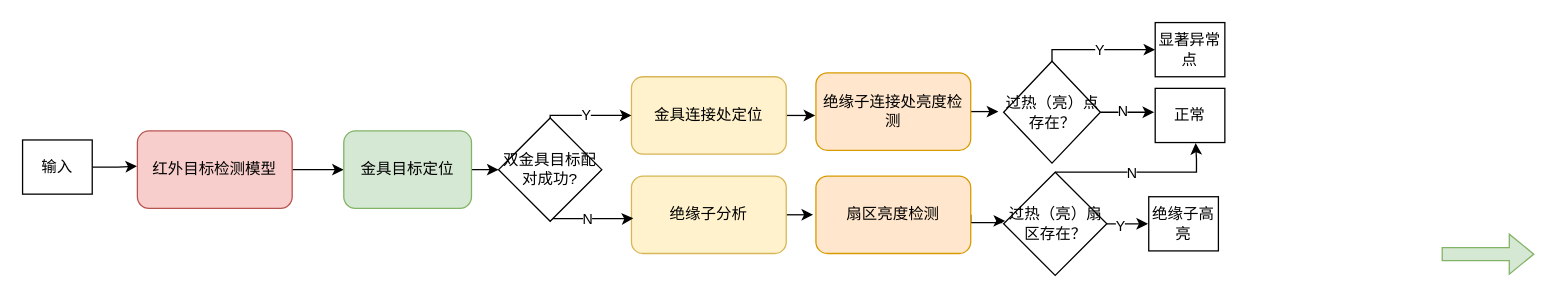
Above: 金具识别方案.drawio in paleblackless/diagrams (draw.io), before the change. Source tidied: cells renumbered, new cells numbered last; positions are measured from the earlier drawing's top-left corner, leaving out a move shared by most shapes. Both pictures are drawn from the tidied source at 129%, with x=0, y=0 at pixel (22, 22).
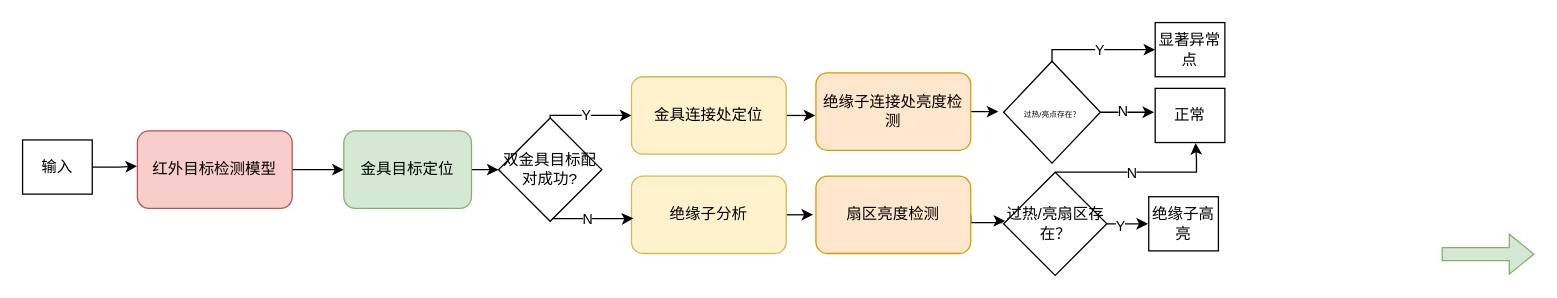
The same diagram, later.

Commit message:
Update 金具识别方案.drawio

Diff of the diagram source:
```diff
@@
-    <mxCell id="23" value="过热（亮）点存在？" style="rhombus;whiteSpace=wrap;html=1;" parent="1" vertex="1">
+    <mxCell id="23" value="&lt;font style=&quot;font-size: 6px&quot;&gt;过热/亮点存在？&lt;/font&gt;" style="rhombus;whiteSpace=wrap;html=1;" parent="1" vertex="1">
       <mxGeometry x="760.5" y="30" width="75" height="79" as="geometry" />
     </mxCell>
@@
-    <mxCell id="28" value="过热（亮）扇区存在？" style="rhombus;whiteSpace=wrap;html=1;" parent="1" vertex="1">
+    <mxCell id="28" value="过热/亮扇区存在？" style="rhombus;whiteSpace=wrap;html=1;" parent="1" vertex="1">
       <mxGeometry x="760.5" y="116" width="80" height="80" as="geometry" />
     </mxCell>
```
